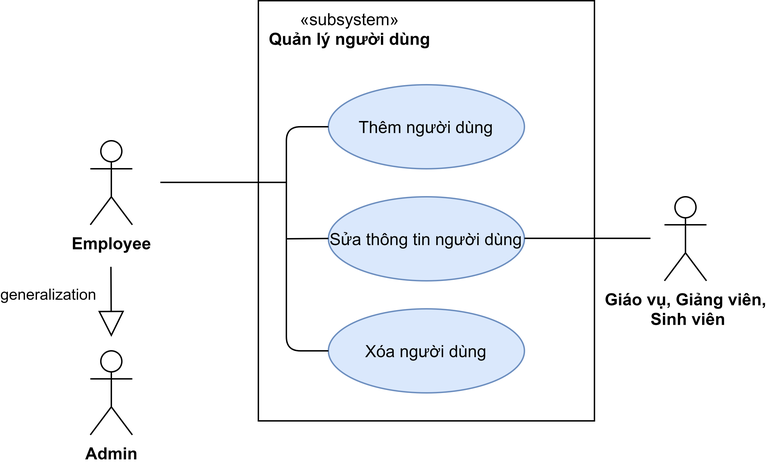
Before: doc/Image/So do use_case/QuanLyDoAn-Usecase_ql_nguoi_dung.png, a diagram exported from draw.io (lampn0/quan_ly_do_an_20211). Source tidied: cells renumbered, new cells last; positions are measured from the earlier drawing's top-left corner, leaving out a move shared by most shapes.
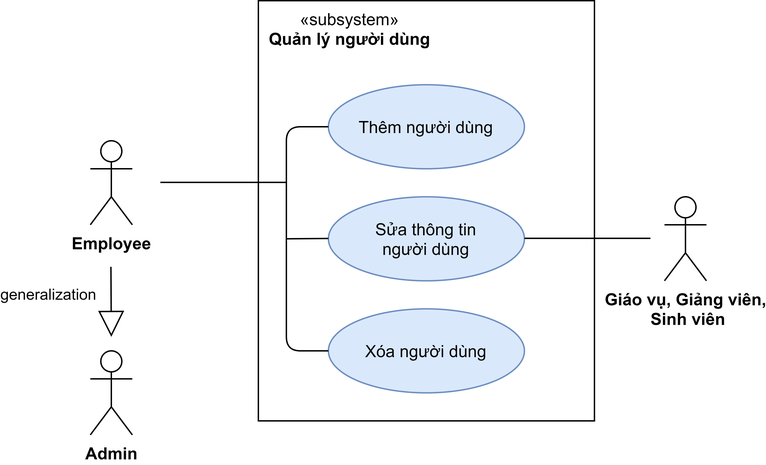
Later version of the same file.

What changed in the source:
```diff
@@ -17,7 +17,7 @@
     <mxCell id="5" value="Thêm người dùng" style="ellipse;whiteSpace=wrap;html=1;rounded=1;glass=0;align=center;fillColor=#dae8fc;strokeColor=#6c8ebf;" parent="1" vertex="1">
       <mxGeometry x="170" y="60" width="140" height="60" as="geometry" />
     </mxCell>
-    <mxCell id="6" value="Sửa thông tin người dùng" style="ellipse;whiteSpace=wrap;html=1;rounded=1;glass=0;align=center;fillColor=#dae8fc;strokeColor=#6c8ebf;" parent="1" vertex="1">
+    <mxCell id="6" value="Sửa thông tin&lt;br&gt;người dùng" style="ellipse;whiteSpace=wrap;html=1;rounded=1;glass=0;align=center;fillColor=#dae8fc;strokeColor=#6c8ebf;" parent="1" vertex="1">
       <mxGeometry x="170" y="140" width="140" height="60" as="geometry" />
     </mxCell>
     <mxCell id="7" value="Xóa người dùng" style="ellipse;whiteSpace=wrap;html=1;rounded=1;glass=0;align=center;fillColor=#dae8fc;strokeColor=#6c8ebf;" parent="1" vertex="1">
```
